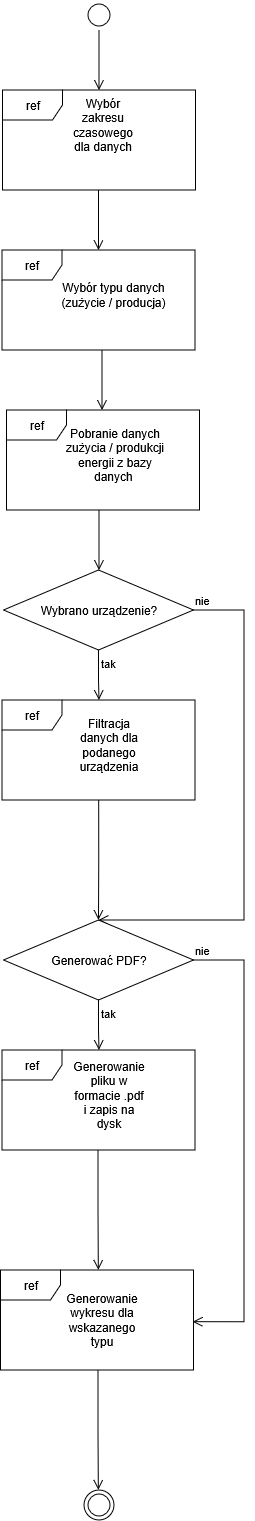
DDanulo/SZEBI keeps this draw.io diagram as doc/analizaRaportowanieDanych/img/diagram-przegladu-interakcji.png. Above is the earlier version. Source tidied: cells renumbered, new cells last; positions are measured from the earlier drawing's top-left corner, leaving out a move shared by most shapes.
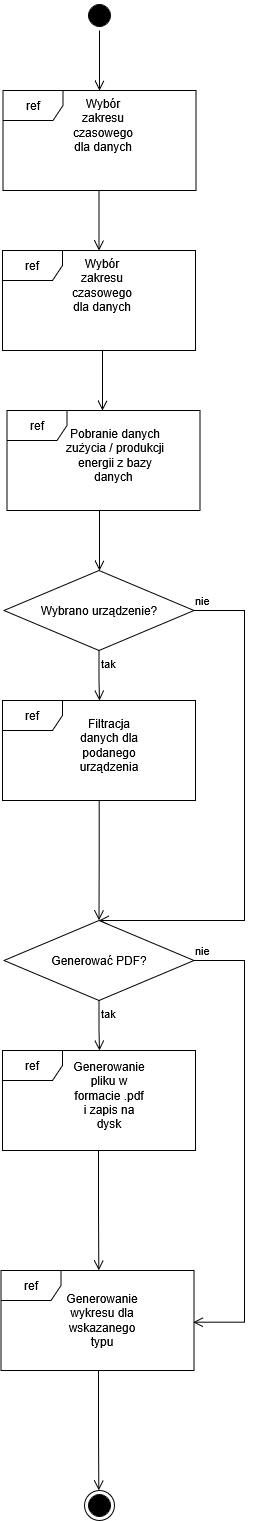
Above is the later version.

The edit, as a diff of the source:
```diff
@@ -2,7 +2,7 @@
   <root>
     <mxCell id="0" />
     <mxCell id="1" parent="0" />
-    <mxCell id="2" style="ellipse;html=1;shape=startState;" parent="1" vertex="1">
+    <mxCell id="2" style="ellipse;html=1;shape=startState;fillColor=light-dark(#FFFFFF,#000000);" parent="1" vertex="1">
       <mxGeometry x="83" width="30" height="30" as="geometry" />
     </mxCell>
     <mxCell id="3" style="edgeStyle=orthogonalEdgeStyle;html=1;verticalAlign=bottom;endArrow=open;endSize=8;rounded=0;" parent="1" edge="1" source="2">
@@ -70,8 +70,8 @@
     <mxCell id="16" value="ref" style="shape=umlFrame;whiteSpace=wrap;html=1;" parent="1" vertex="1">
       <mxGeometry x="1" y="250" width="193" height="100" as="geometry" />
     </mxCell>
-    <mxCell id="17" value="Wybór typu danych (zużycie / producja)" style="text;html=1;whiteSpace=wrap;strokeColor=none;fillColor=none;align=center;verticalAlign=middle;rounded=0;" parent="1" vertex="1">
-      <mxGeometry x="55.5" y="270" width="113" height="50" as="geometry" />
+    <mxCell id="17" value="Wybór zakresu czasowego dla danych" style="text;html=1;whiteSpace=wrap;strokeColor=none;fillColor=none;align=center;verticalAlign=middle;rounded=0;" parent="1" vertex="1">
+      <mxGeometry x="71" y="270" width="60" height="30" as="geometry" />
     </mxCell>
     <mxCell id="18" value="Generować PDF?" style="rhombus;whiteSpace=wrap;html=1;" parent="1" vertex="1">
       <mxGeometry x="2.5" y="920" width="190" height="80" as="geometry" />
@@ -117,7 +117,7 @@
     <mxCell id="26" value="Generowanie wykresu dla wskazanego typu" style="text;html=1;whiteSpace=wrap;strokeColor=none;fillColor=none;align=center;verticalAlign=middle;rounded=0;" parent="1" vertex="1">
       <mxGeometry x="71" y="1305" width="60" height="30" as="geometry" />
     </mxCell>
-    <mxCell id="27" style="ellipse;html=1;shape=endState;" parent="1" vertex="1">
+    <mxCell id="27" style="ellipse;html=1;shape=endState;fillColor=light-dark(#FFFFFF,#000000);" parent="1" vertex="1">
       <mxGeometry x="83" y="1490" width="30" height="30" as="geometry" />
     </mxCell>
     <mxCell id="28" style="edgeStyle=orthogonalEdgeStyle;html=1;verticalAlign=bottom;endArrow=open;endSize=8;rounded=0;entryX=0.5;entryY=0;entryDx=0;entryDy=0;" parent="1" edge="1">
```
